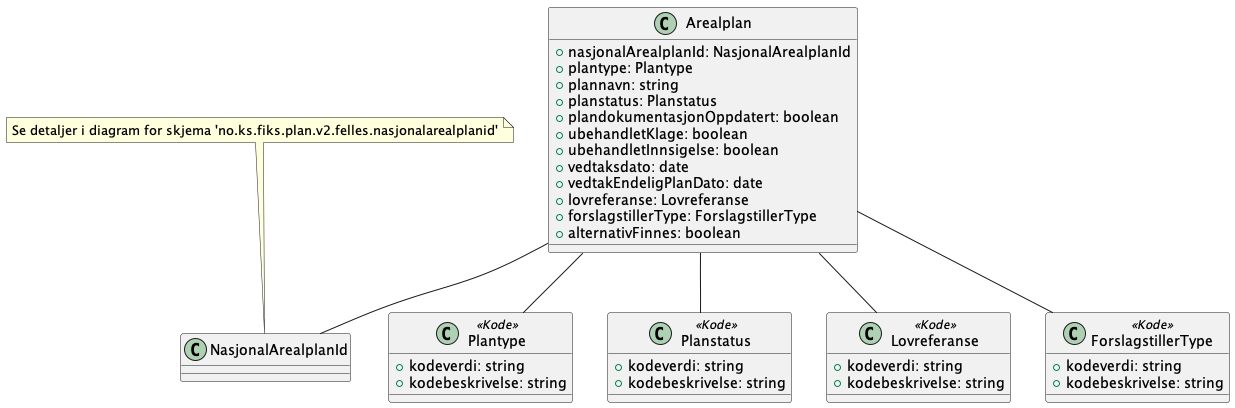
The PlantUML diagram Dokumentasjon/V2/ClassDiagrams/no.ks.fiks.plan.v2.felles.arealplan/arealplan.png in ks-no/fiks-plan-specification, before a commit. Its diagram source:
```plantuml
@startuml
class Arealplan {
    +nasjonalArealplanId: NasjonalArealplanId
    +plantype: Plantype
    +plannavn: string
    +planstatus: Planstatus
    +plandokumentasjonOppdatert: boolean
    +ubehandletKlage: boolean
    +ubehandletInnsigelse: boolean
    +vedtaksdato: date
    +vedtakEndeligPlanDato: date
    +lovreferanse: Lovreferanse
    +forslagstillerType: ForslagstillerType
    +alternativFinnes: boolean
}

Arealplan -- NasjonalArealplanId
Arealplan -- Plantype
Arealplan -- Planstatus
Arealplan -- Lovreferanse
Arealplan -- ForslagstillerType

note top of NasjonalArealplanId : Se detaljer i diagram for skjema 'no.ks.fiks.plan.v2.felles.nasjonalarealplanid'

class Plantype <<Kode>> {
    +kodeverdi: string
    +kodebeskrivelse: string
}

class Planstatus <<Kode>> {
    +kodeverdi: string
    +kodebeskrivelse: string
}

class Lovreferanse <<Kode>> {
    +kodeverdi: string
    +kodebeskrivelse: string
}

class ForslagstillerType <<Kode>>{
    +kodeverdi: string
    +kodebeskrivelse: string
}

@enduml
```
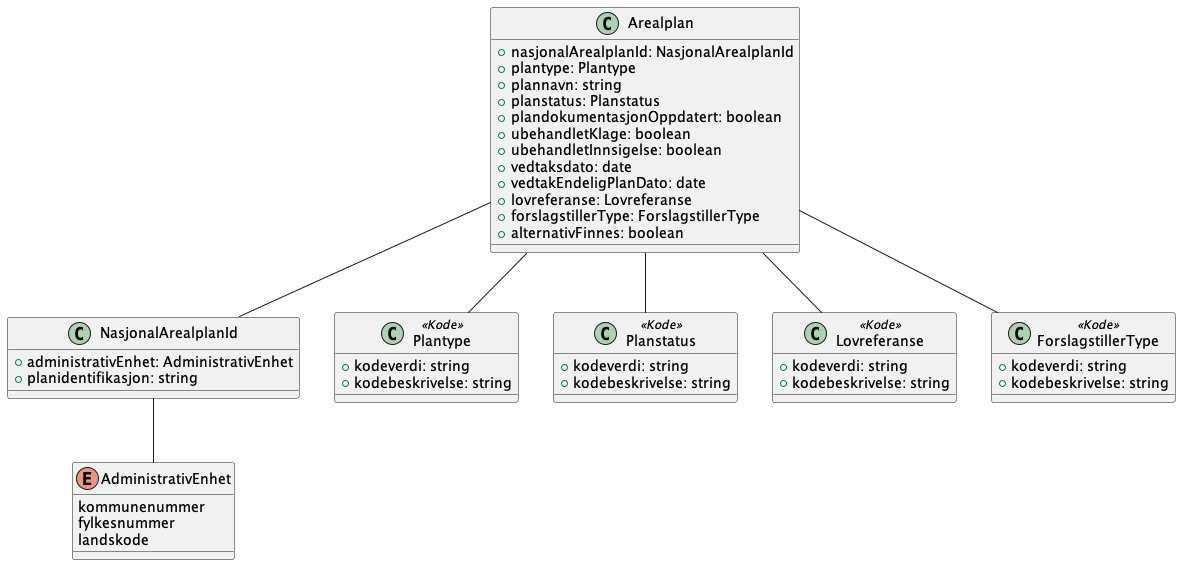
Above is the later version.

Diff of the diagram source:
```diff
@@ -1,4 +1,7 @@
 @startuml
+
+!include ./../no.ks.fiks.plan.v2.felles.nasjonalarealplanid/nasjonalarealplanid.pu
+
 class Arealplan {
     +nasjonalArealplanId: NasjonalArealplanId
     +plantype: Plantype
@@ -19,8 +22,6 @@
 Arealplan -- Planstatus
 Arealplan -- Lovreferanse
 Arealplan -- ForslagstillerType
-
-note top of NasjonalArealplanId : Se detaljer i diagram for skjema 'no.ks.fiks.plan.v2.felles.nasjonalarealplanid'
 
 class Plantype <<Kode>> {
     +kodeverdi: string
```
